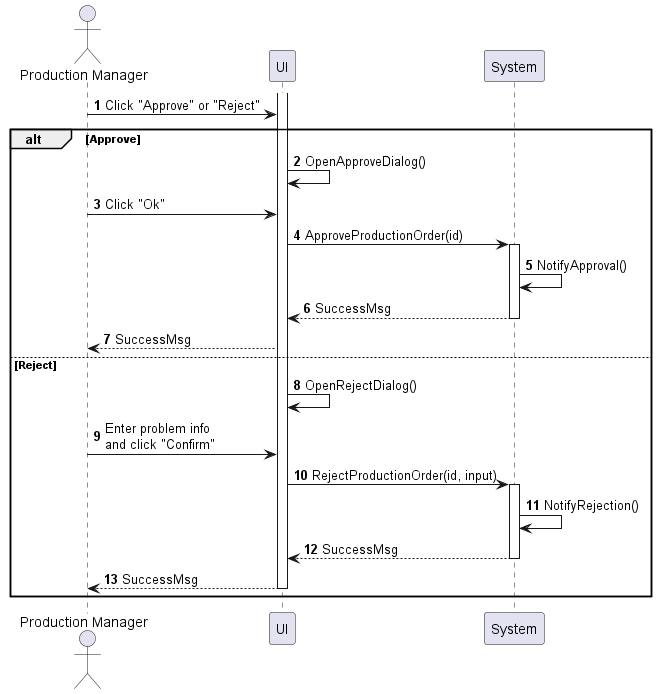
This is sequences/production-order-approve.png from phihungha/scmss-reqs, a PlantUML export, as it was before one commit.
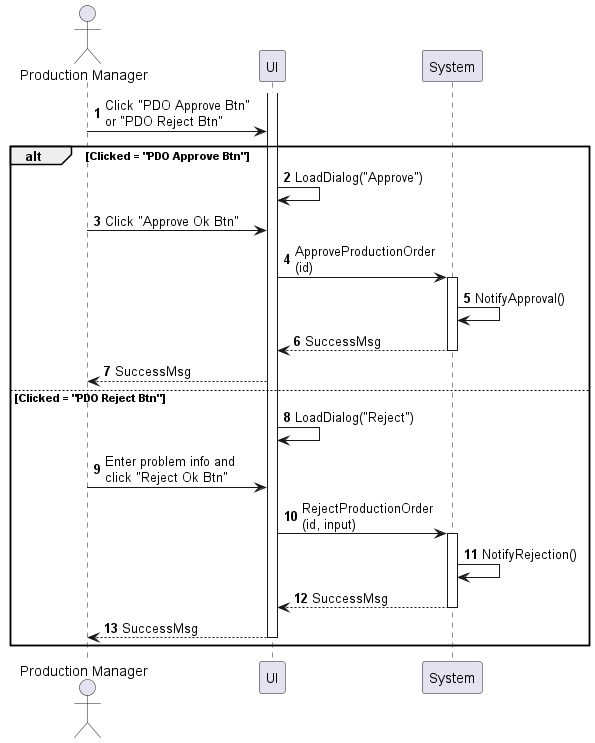
After the commit.

Diff of the diagram source:
```diff
@@ -6,21 +6,21 @@
 participant System as b
 
 activate f
-a -> f : Click "Approve" or "Reject"
+a -> f : Click "PDO Approve Btn"\nor "PDO Reject Btn"
 
-alt Approve
-    f -> f : OpenApproveDialog()
-    a -> f : Click "Ok"
-    f -> b : ApproveProductionOrder(id)
+alt Clicked = "PDO Approve Btn"
+    f -> f : LoadDialog("Approve")
+    a -> f : Click "Approve Ok Btn"
+    f -> b : ApproveProductionOrder\n(id)
     activate b
     b -> b : NotifyApproval()
     b --> f : SuccessMsg
     deactivate b
     f --> a : SuccessMsg
-else Reject
-    f -> f : OpenRejectDialog()
-    a -> f : Enter problem info\nand click "Confirm"
-    f -> b : RejectProductionOrder(id, input)
+else Clicked = "PDO Reject Btn"
+    f -> f : LoadDialog("Reject")
+    a -> f : Enter problem info and\nclick "Reject Ok Btn"
+    f -> b : RejectProductionOrder\n(id, input)
     activate b
     b -> b : NotifyRejection()
     return SuccessMsg
```
